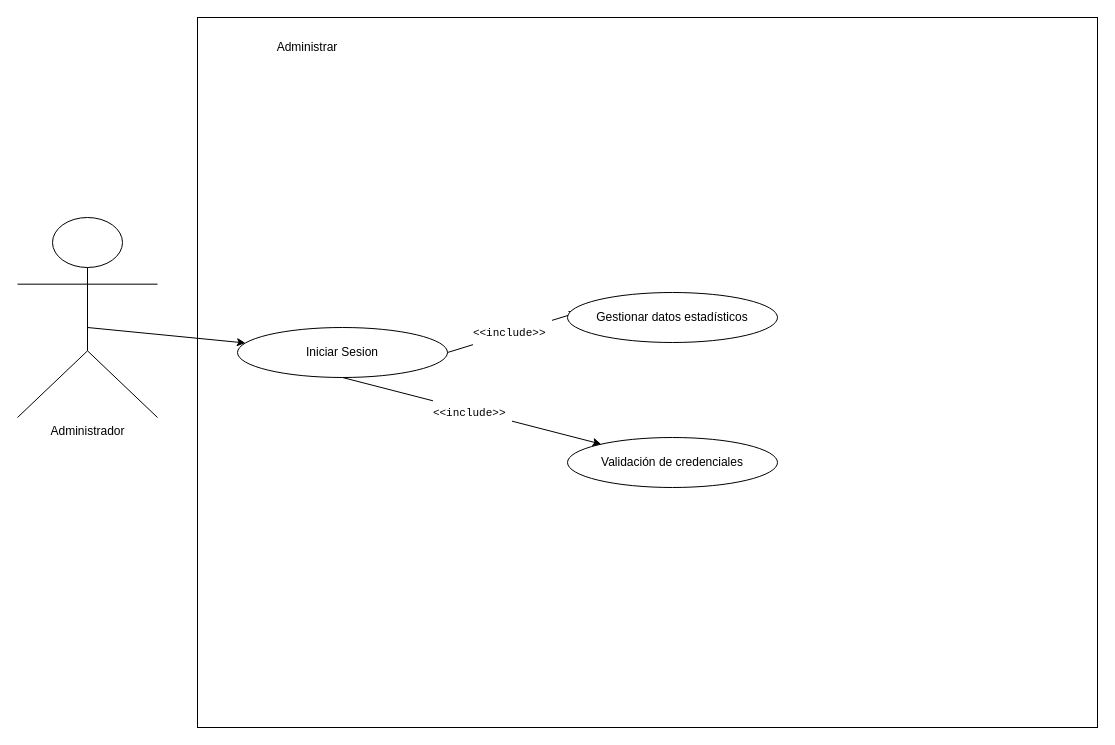
This is page "Administrador" (4 of 17) of Fase2/Evidencias Proyecto/Presentacion Proyecto/Evidencias de documentación según metodología utiizada/casos de uso.drawio from SunsetDs/Proyecto_portafolio_titulo, a draw.io file, before an edit. Source tidied: cells renumbered, new cells numbered last; positions are measured from the earlier drawing's top-left corner, leaving out a move shared by most shapes. Both pictures are drawn from the tidied source at 100%, with x=0, y=0 at pixel (17, 17).
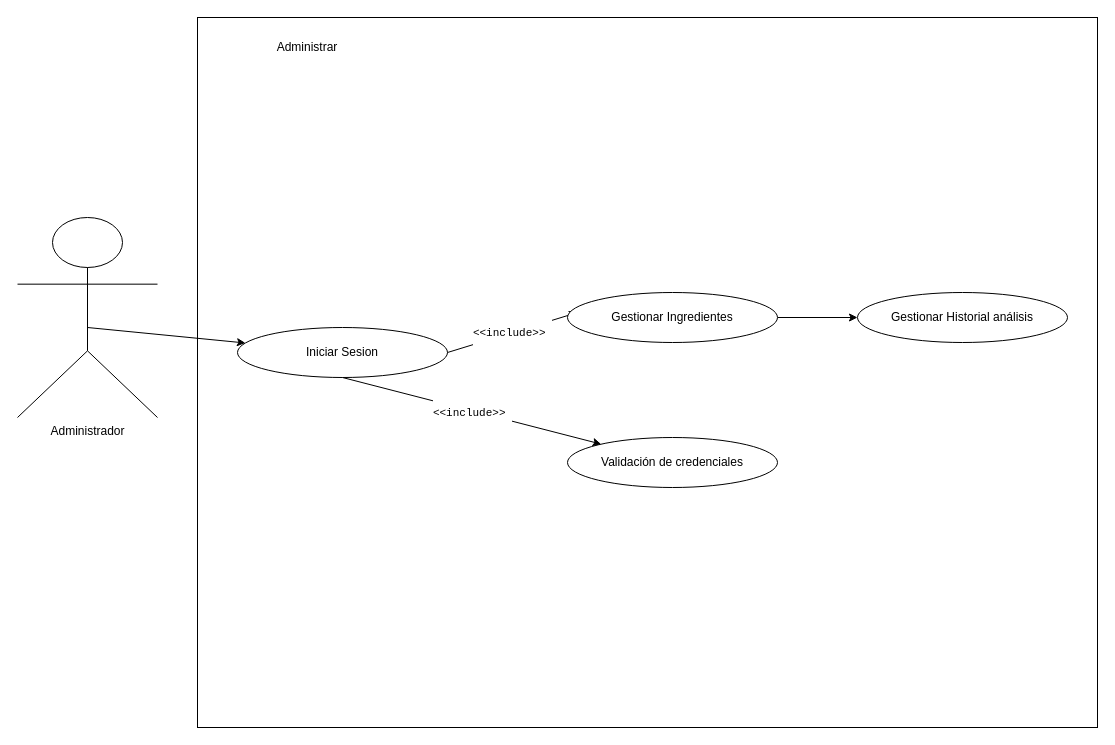
The same page after the edit.

Change to the diagram source:
```diff
@@
 <mxGraphModel>
   <root>
     <mxCell id="0" />
     <mxCell id="1" parent="0" />
     <mxCell id="2" value="Administrador" style="shape=umlActor;verticalLabelPosition=bottom;verticalAlign=top;html=1;" parent="1" vertex="1">
       <mxGeometry y="200" width="140" height="200" as="geometry" />
     </mxCell>
     <mxCell id="3" style="rounded=0;whiteSpace=wrap;html=1;" parent="1" vertex="1">
       <mxGeometry x="180" width="900" height="710" as="geometry" />
     </mxCell>
     <mxCell id="4" value="Administrar" style="text;html=1;align=center;verticalAlign=middle;whiteSpace=wrap;rounded=0;" parent="1" vertex="1">
       <mxGeometry x="170" width="240" height="60" as="geometry" />
     </mxCell>
     <mxCell id="5" value="Iniciar Sesion" style="ellipse;whiteSpace=wrap;html=1;" parent="1" vertex="1">
       <mxGeometry x="220" y="310" width="210" height="50" as="geometry" />
     </mxCell>
     <mxCell id="6" style="endArrow=classic;html=1;rounded=0;" parent="1" edge="1" target="5">
       <mxGeometry relative="1" as="geometry">
         <mxPoint x="70" y="310" as="sourcePoint" />
       </mxGeometry>
     </mxCell>
     <mxCell id="7" value="Validación de credenciales" style="ellipse;whiteSpace=wrap;html=1;" parent="1" vertex="1">
       <mxGeometry x="550" y="420" width="210" height="50" as="geometry" />
     </mxCell>
     <mxCell id="8" style="endArrow=classic;html=1;rounded=0;exitX=0.5;exitY=1;exitDx=0;exitDy=0;" parent="1" edge="1" source="5" target="7">
       <mxGeometry relative="1" as="geometry" />
     </mxCell>
     <mxCell id="9" value="&lt;pre&gt;&amp;lt;&amp;lt;include&amp;gt;&amp;gt; &lt;/pre&gt;" style="edgeLabel;html=1;align=center;verticalAlign=middle;" parent="8" vertex="1">
       <mxGeometry y="-2" relative="1" as="geometry" />
     </mxCell>
     <mxCell id="10" style="endArrow=classic;html=1;rounded=0;exitX=1;exitY=0.5;exitDx=0;exitDy=0;entryX=0.048;entryY=0.4;entryDx=0;entryDy=0;entryPerimeter=0;" parent="1" edge="1" source="5" target="12">
       <mxGeometry relative="1" as="geometry" />
     </mxCell>
     <mxCell id="11" value="&lt;pre&gt;&amp;lt;&amp;lt;include&amp;gt;&amp;gt; &lt;/pre&gt;" style="edgeLabel;html=1;align=center;verticalAlign=middle;" parent="10" vertex="1">
       <mxGeometry relative="1" as="geometry" />
     </mxCell>
+    <mxCell id="13" style="edgeStyle=orthogonalEdgeStyle;rounded=0;jettySize=auto;html=1;" parent="1" edge="1" source="12" target="14">
+      <mxGeometry relative="1" as="geometry" />
+    </mxCell>
-    <mxCell id="12" value="Gestionar&amp;nbsp;datos estadísticos" style="ellipse;whiteSpace=wrap;html=1;" parent="1" vertex="1">
+    <mxCell id="12" value="Gestionar Ingredientes" style="ellipse;whiteSpace=wrap;html=1;" parent="1" vertex="1">
       <mxGeometry x="550" y="275" width="210" height="50" as="geometry" />
     </mxCell>
+    <mxCell id="14" value="Gestionar Historial análisis" style="ellipse;whiteSpace=wrap;html=1;" parent="1" vertex="1">
+      <mxGeometry x="840" y="275" width="210" height="50" as="geometry" />
+    </mxCell>
   </root>
 </mxGraphModel>
```
